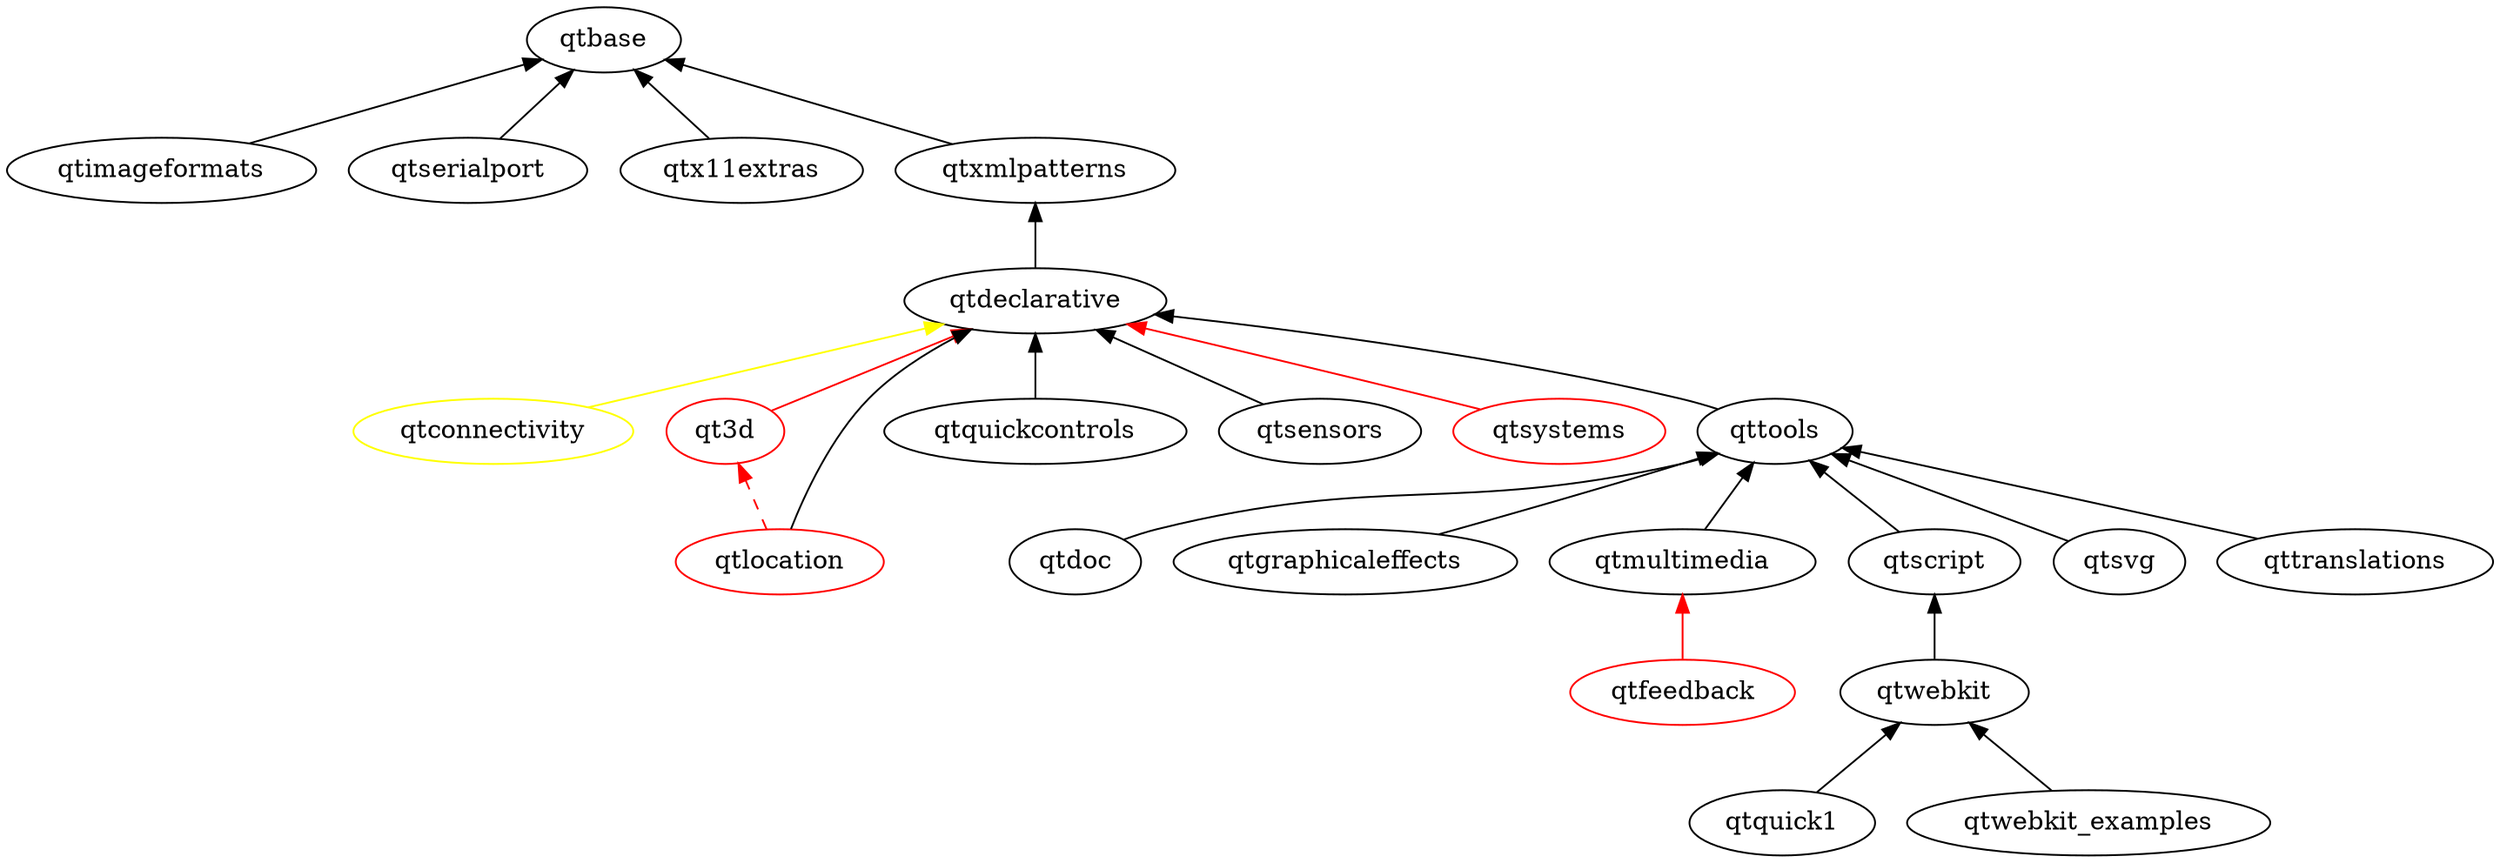
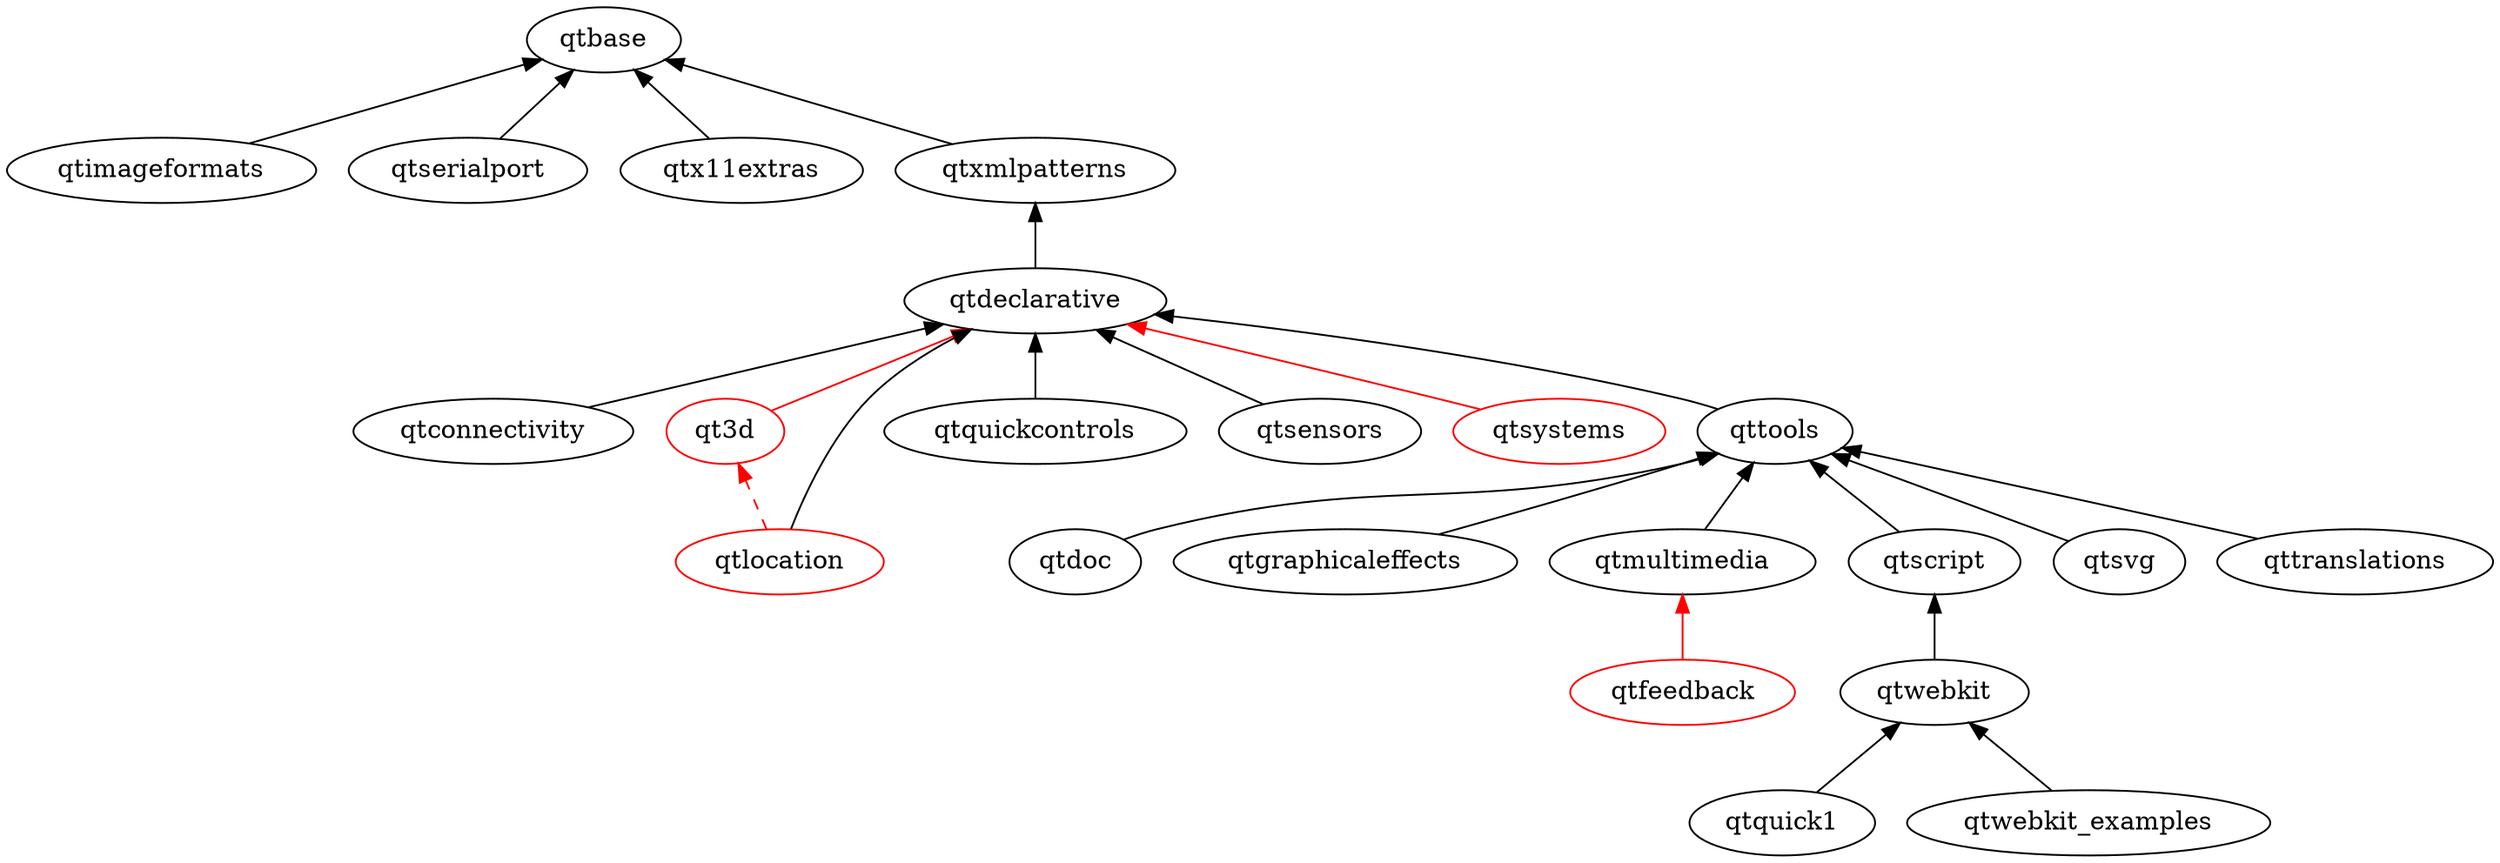
digraph qt5 {
  graph [
    rankdir = "BT"
  ]

  qt3d [ color = red ]
  qtbase
-   qtconnectivity [ color = yellow ]
+   qtconnectivity
  qtdeclarative
  qtdoc
  qtfeedback [ color = red ]
  qtgraphicaleffects
  qtimageformats
  qtlocation [color = red]
  qtmultimedia
  qtquick1
  qtquickcontrols
  qtscript
  qtsensors
  qtserialport
  qtsvg
  qtsystems [ color = red ]
  qttools
  qttranslations
  qtwebkit
  qtwebkit_examples
  qtx11extras
  qtxmlpatterns

-   qtconnectivity -> qtdeclarative [ color = yellow ]
+   qtconnectivity -> qtdeclarative
  qtdeclarative -> qtxmlpatterns
  qtdoc -> qttools
  qtgraphicaleffects -> qttools
  qtimageformats -> qtbase
  qtmultimedia -> qttools
  qtquick1 -> qtwebkit
  qtquickcontrols -> qtdeclarative
  qtsensors -> qtdeclarative
  qtserialport -> qtbase
  qtscript -> qttools
  qtsvg -> qttools
  qttools -> qtdeclarative
  qttranslations -> qttools
  qtwebkit -> qtscript
  qtwebkit_examples -> qtwebkit
  qtx11extras -> qtbase
  qtxmlpatterns -> qtbase

  // unsure/not-uploaded
  qt3d -> qtdeclarative [ color = red ]
  qtfeedback -> qtmultimedia [ color = red ]
  qtlocation -> qt3d [color = red style = dashed]
  qtlocation -> qtdeclarative
  qtsystems -> qtdeclarative [ color = red ]
}
